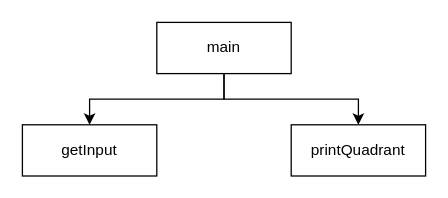
Earlier version of the draw.io diagram page "quadrant_identifier" (2 of 4) of structure_charts.drawio (Jebbxrs/c_proj). Source tidied: cells renumbered, new cells numbered last; positions are measured from the earlier drawing's top-left corner, leaving out a move shared by most shapes. Both pictures are drawn from the tidied source at 128%, with x=0, y=0 at pixel (22, 22).
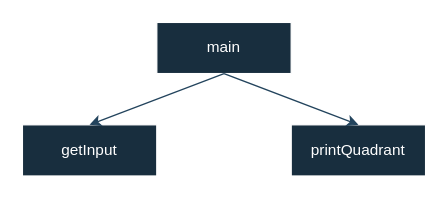
The same diagram, later.

Change to the diagram source:
```diff
@@
 <mxGraphModel>
   <root>
     <mxCell id="0" />
     <mxCell id="1" parent="0" />
-    <mxCell id="2" style="edgeStyle=orthogonalEdgeStyle;rounded=0;jettySize=auto;html=1;" parent="1" edge="1" source="4" target="5">
-      <mxGeometry relative="1" as="geometry" />
-    </mxCell>
-    <mxCell id="3" style="edgeStyle=orthogonalEdgeStyle;rounded=0;jettySize=auto;html=1;entryX=0.5;entryY=0;entryDx=0;entryDy=0;" parent="1" edge="1" source="4" target="6">
-      <mxGeometry relative="1" as="geometry" />
-    </mxCell>
-    <mxCell id="4" value="main" style="rounded=0;whiteSpace=wrap;html=1;" parent="1" vertex="1">
+    <mxCell id="4" value="main" style="rounded=0;whiteSpace=wrap;html=1;labelBackgroundColor=none;fillColor=#182E3E;strokeColor=#FFFFFF;fontColor=#FFFFFF;" parent="1" vertex="1">
       <mxGeometry x="105" width="105" height="40" as="geometry" />
     </mxCell>
-    <mxCell id="5" value="getInput" style="rounded=0;whiteSpace=wrap;html=1;" parent="1" vertex="1">
+    <mxCell id="5" value="getInput" style="rounded=0;whiteSpace=wrap;html=1;labelBackgroundColor=none;fillColor=#182E3E;strokeColor=#FFFFFF;fontColor=#FFFFFF;" parent="1" vertex="1">
       <mxGeometry y="80" width="105" height="40" as="geometry" />
     </mxCell>
-    <mxCell id="6" value="printQuadrant" style="rounded=0;whiteSpace=wrap;html=1;" parent="1" vertex="1">
+    <mxCell id="6" value="printQuadrant" style="rounded=0;whiteSpace=wrap;html=1;labelBackgroundColor=none;fillColor=#182E3E;strokeColor=#FFFFFF;fontColor=#FFFFFF;" parent="1" vertex="1">
       <mxGeometry x="210" y="80" width="105" height="40" as="geometry" />
     </mxCell>
+    <mxCell id="2" style="endArrow=classic;html=1;rounded=0;strokeColor=#23445D;entryX=0.5;entryY=0;entryDx=0;entryDy=0;exitX=0.5;exitY=1;exitDx=0;exitDy=0;labelBackgroundColor=none;fontColor=default;" parent="1" edge="1" source="4" target="5">
+      <mxGeometry relative="1" as="geometry" />
+    </mxCell>
+    <mxCell id="3" style="endArrow=classic;html=1;rounded=0;strokeColor=#23445D;entryX=0.5;entryY=0;entryDx=0;entryDy=0;exitX=0.5;exitY=1;exitDx=0;exitDy=0;labelBackgroundColor=none;fontColor=default;" parent="1" edge="1" source="4" target="6">
+      <mxGeometry relative="1" as="geometry" />
+    </mxCell>
   </root>
 </mxGraphModel>
```
